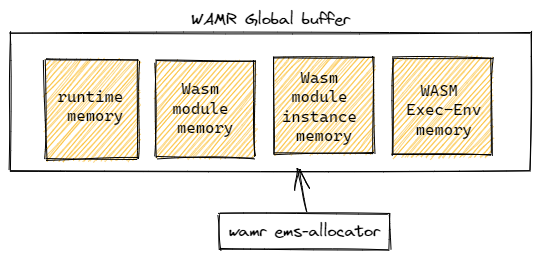
The Excalidraw diagram content/en/blog/wamr_memory_model/pool_mode.excalidraw.png in bytecodealliance/wamr.dev, before a commit. Source tidied: one line per element, renumbered; positions are measured from the earlier drawing's top-left corner, leaving out a move shared by most shapes. The source it was exported from:
```json
{"id": 0, "type": "rectangle", "strokeColor": "#000000", "backgroundColor": "#fab005", "fillStyle": "hachure", "strokeWidth": 1, "roughness": 1, "x": 35, "y": 50, "width": 93, "height": 99}
{"id": 1, "type": "rectangle", "strokeColor": "#000000", "backgroundColor": "#fab005", "fillStyle": "hachure", "strokeWidth": 1, "roughness": 1, "x": 145, "y": 51, "width": 99, "height": 96}
{"id": 2, "type": "rectangle", "strokeColor": "#000000", "backgroundColor": "#fab005", "fillStyle": "hachure", "strokeWidth": 1, "roughness": 1, "x": 264, "y": 47, "width": 99, "height": 97}
{"id": 3, "type": "rectangle", "strokeColor": "#000000", "backgroundColor": "#fab005", "fillStyle": "hachure", "strokeWidth": 1, "roughness": 1, "x": 382, "y": 47, "width": 99, "height": 98}
{"id": 4, "type": "rectangle", "strokeColor": "#000000", "strokeWidth": 1, "roughness": 1, "x": 0, "y": 23, "width": 521, "height": 138}
{"id": 5, "type": "text", "text": "runtime \nmemory", "strokeColor": "#000000", "strokeWidth": 1, "roughness": 1, "fontSize": 16, "fontFamily": 3, "textAlign": "center", "x": 47, "y": 76, "width": 76, "height": 39}
{"id": 6, "type": "text", "text": "Wasm \nmodule \nmemory", "strokeColor": "#000000", "strokeWidth": 1, "roughness": 1, "fontSize": 16, "fontFamily": 3, "textAlign": "center", "x": 162, "y": 69, "width": 67, "height": 58}
{"id": 7, "type": "text", "text": "WASM \nExec-Env\nmemory", "strokeColor": "#000000", "strokeWidth": 1, "roughness": 1, "fontSize": 16, "fontFamily": 3, "textAlign": "center", "x": 396, "y": 71, "width": 76, "height": 58}
{"id": 8, "type": "text", "text": "Wasm \nmodule \ninstance \nmemory", "strokeColor": "#000000", "backgroundColor": "#15aabf", "fillStyle": "hachure", "strokeWidth": 1, "roughness": 1, "fontSize": 16, "fontFamily": 3, "textAlign": "center", "x": 271, "y": 58, "width": 85, "height": 77}
{"id": 9, "type": "text", "text": "WAMR Global buffer", "strokeColor": "#000000", "strokeWidth": 1, "roughness": 1, "fontSize": 16, "fontFamily": 1, "textAlign": "center", "x": 180, "y": 0, "width": 161, "height": 20}
{"id": 10, "type": "rectangle", "strokeColor": "#000000", "strokeWidth": 1, "roughness": 1, "x": 209, "y": 204, "width": 170, "height": 36}
{"id": 11, "type": "text", "text": "wamr ems-allocator", "strokeColor": "#000000", "backgroundColor": "#fab005", "fillStyle": "hachure", "strokeWidth": 1, "roughness": 1, "fontSize": 16, "fontFamily": 1, "textAlign": "center", "verticalAlign": "middle", "inside": 10, "x": 218, "y": 212, "width": 153, "height": 20}
{"id": 12, "type": "arrow", "strokeColor": "#000000", "strokeWidth": 1, "roughness": 1, "endArrowhead": "arrow", "from": 10, "to": 2, "x": 297, "y": 202, "width": 8, "height": 44, "points": [[0, 0], [-8, -44]]}
```
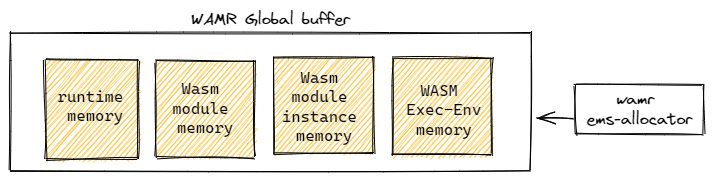
The same file after the commit.

Commit message:
update: memory model (#22)

Diff of the diagram source:
```diff
@@ -8,6 +8,6 @@
 {"id": 7, "type": "text", "text": "WASM \nExec-Env\nmemory", "strokeColor": "#000000", "strokeWidth": 1, "roughness": 1, "fontSize": 16, "fontFamily": 3, "textAlign": "center", "x": 396, "y": 71, "width": 76, "height": 58}
 {"id": 8, "type": "text", "text": "Wasm \nmodule \ninstance \nmemory", "strokeColor": "#000000", "backgroundColor": "#15aabf", "fillStyle": "hachure", "strokeWidth": 1, "roughness": 1, "fontSize": 16, "fontFamily": 3, "textAlign": "center", "x": 271, "y": 58, "width": 85, "height": 77}
 {"id": 9, "type": "text", "text": "WAMR Global buffer", "strokeColor": "#000000", "strokeWidth": 1, "roughness": 1, "fontSize": 16, "fontFamily": 1, "textAlign": "center", "x": 180, "y": 0, "width": 161, "height": 20}
-{"id": 10, "type": "rectangle", "strokeColor": "#000000", "strokeWidth": 1, "roughness": 1, "x": 209, "y": 204, "width": 170, "height": 36}
+{"id": 10, "type": "rectangle", "strokeColor": "#000000", "strokeWidth": 1, "roughness": 1, "x": 565, "y": 75, "width": 128, "height": 50}
-{"id": 11, "type": "text", "text": "wamr ems-allocator", "strokeColor": "#000000", "backgroundColor": "#fab005", "fillStyle": "hachure", "strokeWidth": 1, "roughness": 1, "fontSize": 16, "fontFamily": 1, "textAlign": "center", "verticalAlign": "middle", "inside": 10, "x": 218, "y": 212, "width": 153, "height": 20}
+{"id": 11, "type": "text", "text": "wamr \nems-allocator", "strokeColor": "#000000", "backgroundColor": "#fab005", "fillStyle": "hachure", "strokeWidth": 1, "roughness": 1, "fontSize": 16, "fontFamily": 1, "textAlign": "center", "verticalAlign": "middle", "inside": 10, "x": 575, "y": 80, "width": 108, "height": 40}
-{"id": 12, "type": "arrow", "strokeColor": "#000000", "strokeWidth": 1, "roughness": 1, "endArrowhead": "arrow", "from": 10, "to": 2, "x": 297, "y": 202, "width": 8, "height": 44, "points": [[0, 0], [-8, -44]]}
+{"id": 12, "type": "arrow", "strokeColor": "#000000", "strokeWidth": 1, "roughness": 1, "endArrowhead": "arrow", "from": 10, "to": 4, "x": 563, "y": 109, "width": 35, "height": 1, "points": [[0, 0], [-35, -1]]}
```
